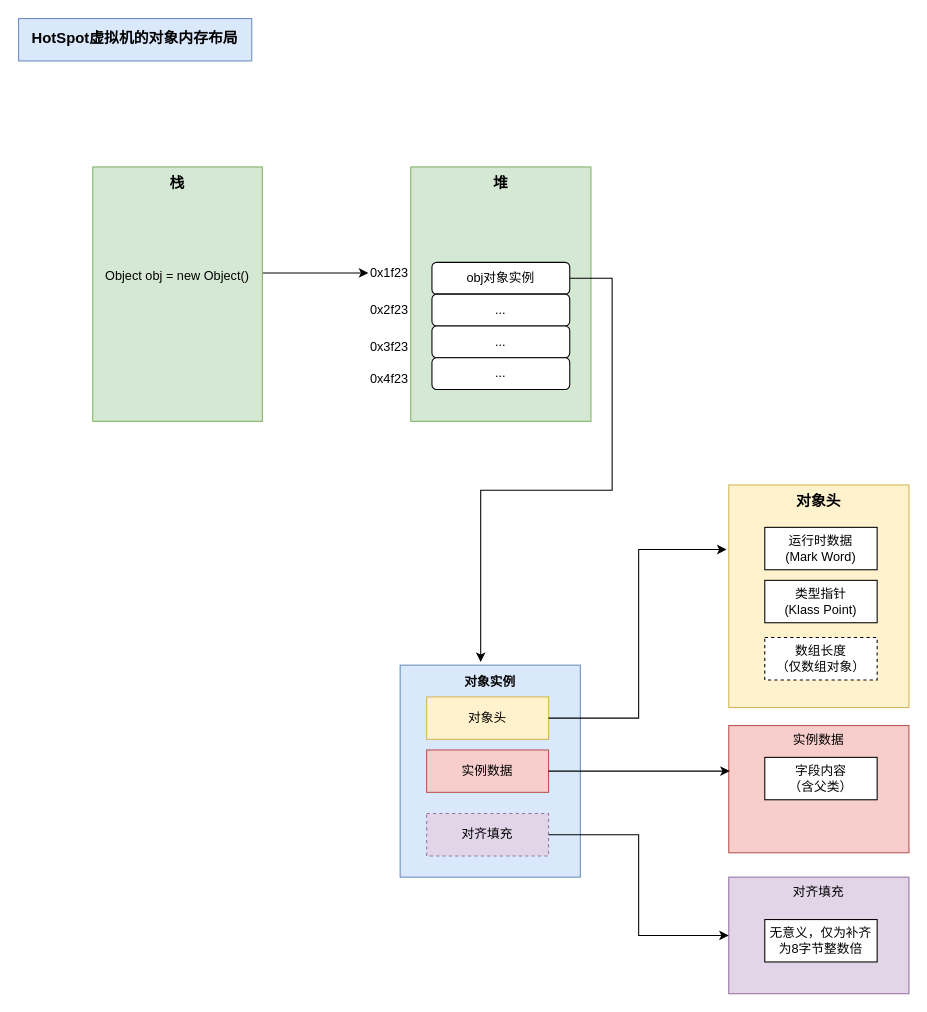
This is jvm/HotSpot虚拟机的对象内存布局.drawio from YinggangDong/diagrams, a draw.io file, before an edit. Source tidied: cells renumbered, new cells numbered last; positions are measured from the earlier drawing's top-left corner, leaving out a move shared by most shapes. Both pictures are drawn from the tidied source at 106%, with x=0, y=0 at pixel (18, 18).
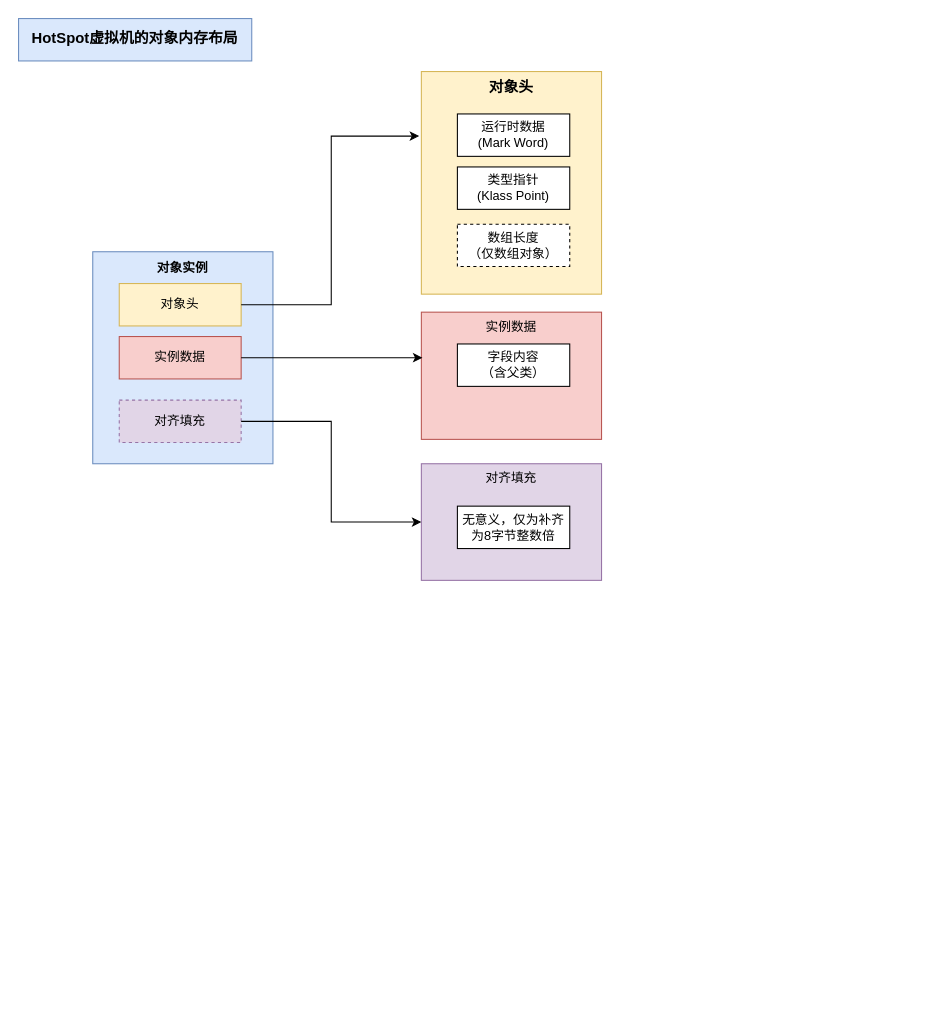
The same diagram, later.

Commit message:
feat：update HotSpot虚拟机的对象内存布局.drawio

The edit, as a diff of the source:
```diff
@@
-    <mxCell id="3" style="edgeStyle=orthogonalEdgeStyle;rounded=0;jettySize=auto;html=1;" parent="1" edge="1" source="4">
-      <mxGeometry relative="1" as="geometry">
-        <mxPoint x="330" y="240" as="targetPoint" />
-        <Array as="points">
-          <mxPoint x="330" y="240" />
-        </Array>
-      </mxGeometry>
-    </mxCell>
-    <mxCell id="4" value="&lt;b&gt;&lt;font style=&quot;font-size: 14px&quot;&gt;栈&lt;/font&gt;&lt;/b&gt;&lt;br&gt;&lt;br&gt;&lt;br&gt;&lt;br&gt;&lt;br&gt;&lt;br&gt;Object obj = new Object()" style="rounded=0;whiteSpace=wrap;html=1;align=center;verticalAlign=top;fillColor=#d5e8d4;strokeColor=#82b366;" parent="1" vertex="1">
-      <mxGeometry x="70" y="140" width="160" height="240" as="geometry" />
-    </mxCell>
-    <mxCell id="5" style="group;" parent="1" vertex="1">
-      <mxGeometry x="360" y="440" width="480" height="480" as="geometry" />
-    </mxCell>
-    <mxCell id="6" value="&lt;b style=&quot;line-height: 150%&quot;&gt;对象实例&lt;/b&gt;" style="rounded=0;whiteSpace=wrap;html=1;align=center;verticalAlign=top;fillColor=#dae8fc;strokeColor=#6c8ebf;" parent="5" vertex="1">
-      <mxGeometry y="170" width="170" height="200" as="geometry" />
+    <mxCell id="6" value="&lt;b style=&quot;line-height: 150%&quot;&gt;对象实例&lt;/b&gt;" style="rounded=0;whiteSpace=wrap;html=1;align=center;verticalAlign=top;fillColor=#dae8fc;strokeColor=#6c8ebf;" parent="1" vertex="1">
+      <mxGeometry x="70" y="220" width="170" height="200" as="geometry" />
     </mxCell>
-    <mxCell id="7" value="对象头" style="rounded=0;whiteSpace=wrap;html=1;align=center;fillColor=#fff2cc;strokeColor=#d6b656;" parent="5" vertex="1">
-      <mxGeometry x="25" y="200" width="115" height="40" as="geometry" />
+    <mxCell id="7" value="对象头" style="rounded=0;whiteSpace=wrap;html=1;align=center;fillColor=#fff2cc;strokeColor=#d6b656;" parent="1" vertex="1">
+      <mxGeometry x="95" y="250" width="115" height="40" as="geometry" />
     </mxCell>
-    <mxCell id="8" value="对齐填充" style="rounded=0;whiteSpace=wrap;html=1;align=center;fillColor=#e1d5e7;strokeColor=#9673a6;dashed=1;" parent="5" vertex="1">
-      <mxGeometry x="25" y="310" width="115" height="40" as="geometry" />
+    <mxCell id="8" value="对齐填充" style="rounded=0;whiteSpace=wrap;html=1;align=center;fillColor=#e1d5e7;strokeColor=#9673a6;dashed=1;" parent="1" vertex="1">
+      <mxGeometry x="95" y="360" width="115" height="40" as="geometry" />
     </mxCell>
-    <mxCell id="9" value="实例数据" style="rounded=0;whiteSpace=wrap;html=1;align=center;fillColor=#f8cecc;strokeColor=#b85450;" parent="5" vertex="1">
-      <mxGeometry x="25" y="250" width="115" height="40" as="geometry" />
+    <mxCell id="9" value="实例数据" style="rounded=0;whiteSpace=wrap;html=1;align=center;fillColor=#f8cecc;strokeColor=#b85450;" parent="1" vertex="1">
+      <mxGeometry x="95" y="300" width="115" height="40" as="geometry" />
     </mxCell>
-    <mxCell id="10" value="&lt;b&gt;&lt;font style=&quot;font-size: 14px&quot;&gt;对象头&lt;/font&gt;&lt;/b&gt;" style="rounded=0;whiteSpace=wrap;html=1;align=center;horizontal=1;verticalAlign=top;fillColor=#fff2cc;strokeColor=#d6b656;" parent="5" vertex="1">
-      <mxGeometry x="310" width="170" height="210" as="geometry" />
+    <mxCell id="10" value="&lt;b&gt;&lt;font style=&quot;font-size: 14px&quot;&gt;对象头&lt;/font&gt;&lt;/b&gt;" style="rounded=0;whiteSpace=wrap;html=1;align=center;horizontal=1;verticalAlign=top;fillColor=#fff2cc;strokeColor=#d6b656;" parent="1" vertex="1">
+      <mxGeometry x="380" y="50" width="170" height="210" as="geometry" />
     </mxCell>
-    <mxCell id="11" style="edgeStyle=orthogonalEdgeStyle;rounded=0;jettySize=auto;html=1;entryX=-0.012;entryY=0.29;entryDx=0;entryDy=0;entryPerimeter=0;" parent="5" edge="1" source="7" target="10">
-      <mxGeometry relative="1" as="geometry" />
+    <mxCell id="11" style="edgeStyle=orthogonalEdgeStyle;rounded=0;jettySize=auto;html=1;entryX=-0.012;entryY=0.29;entryDx=0;entryDy=0;entryPerimeter=0;" parent="1" edge="1" source="7" target="10">
+      <mxGeometry x="100" y="70" as="geometry" />
     </mxCell>
-    <mxCell id="12" value="运行时数据&lt;br&gt;(Mark Word)" style="rounded=0;whiteSpace=wrap;html=1;align=center;" parent="5" vertex="1">
-      <mxGeometry x="344" y="40" width="106" height="40" as="geometry" />
+    <mxCell id="12" value="运行时数据&lt;br&gt;(Mark Word)" style="rounded=0;whiteSpace=wrap;html=1;align=center;" parent="1" vertex="1">
+      <mxGeometry x="414" y="90" width="106" height="40" as="geometry" />
     </mxCell>
-    <mxCell id="13" value="类型指针&lt;br&gt;(Klass Point)" style="rounded=0;whiteSpace=wrap;html=1;align=center;" parent="5" vertex="1">
-      <mxGeometry x="344" y="90" width="106" height="40" as="geometry" />
+    <mxCell id="13" value="类型指针&lt;br&gt;(Klass Point)" style="rounded=0;whiteSpace=wrap;html=1;align=center;" parent="1" vertex="1">
+      <mxGeometry x="414" y="140" width="106" height="40" as="geometry" />
     </mxCell>
-    <mxCell id="14" value="数组长度&lt;br&gt;（仅数组对象）" style="rounded=0;whiteSpace=wrap;html=1;align=center;dashed=1;" parent="5" vertex="1">
-      <mxGeometry x="344" y="144" width="106" height="40" as="geometry" />
+    <mxCell id="14" value="数组长度&lt;br&gt;（仅数组对象）" style="rounded=0;whiteSpace=wrap;html=1;align=center;dashed=1;" parent="1" vertex="1">
+      <mxGeometry x="414" y="194" width="106" height="40" as="geometry" />
     </mxCell>
-    <mxCell id="15" value="实例数据" style="rounded=0;whiteSpace=wrap;html=1;align=center;verticalAlign=top;fillColor=#f8cecc;strokeColor=#b85450;" parent="5" vertex="1">
-      <mxGeometry x="310" y="227" width="170" height="120" as="geometry" />
+    <mxCell id="15" value="实例数据" style="rounded=0;whiteSpace=wrap;html=1;align=center;verticalAlign=top;fillColor=#f8cecc;strokeColor=#b85450;" parent="1" vertex="1">
+      <mxGeometry x="380" y="277" width="170" height="120" as="geometry" />
     </mxCell>
-    <mxCell id="16" style="edgeStyle=orthogonalEdgeStyle;rounded=0;jettySize=auto;html=1;entryX=0.006;entryY=0.358;entryDx=0;entryDy=0;entryPerimeter=0;" parent="5" edge="1" source="9" target="15">
-      <mxGeometry relative="1" as="geometry" />
+    <mxCell id="16" style="edgeStyle=orthogonalEdgeStyle;rounded=0;jettySize=auto;html=1;entryX=0.006;entryY=0.358;entryDx=0;entryDy=0;entryPerimeter=0;" parent="1" edge="1" source="9" target="15">
+      <mxGeometry x="100" y="70" as="geometry" />
     </mxCell>
-    <mxCell id="17" value="字段内容&lt;br&gt;（含父类）" style="rounded=0;whiteSpace=wrap;html=1;align=center;" parent="5" vertex="1">
-      <mxGeometry x="344" y="257" width="106" height="40" as="geometry" />
+    <mxCell id="17" value="字段内容&lt;br&gt;（含父类）" style="rounded=0;whiteSpace=wrap;html=1;align=center;" parent="1" vertex="1">
+      <mxGeometry x="414" y="307" width="106" height="40" as="geometry" />
     </mxCell>
-    <mxCell id="18" value="对齐填充" style="rounded=0;whiteSpace=wrap;html=1;align=center;verticalAlign=top;fillColor=#e1d5e7;strokeColor=#9673a6;" parent="5" vertex="1">
-      <mxGeometry x="310" y="370" width="170" height="110" as="geometry" />
+    <mxCell id="18" value="对齐填充" style="rounded=0;whiteSpace=wrap;html=1;align=center;verticalAlign=top;fillColor=#e1d5e7;strokeColor=#9673a6;" parent="1" vertex="1">
+      <mxGeometry x="380" y="420" width="170" height="110" as="geometry" />
     </mxCell>
-    <mxCell id="19" style="edgeStyle=orthogonalEdgeStyle;rounded=0;jettySize=auto;html=1;entryX=0;entryY=0.5;entryDx=0;entryDy=0;" parent="5" edge="1" source="8" target="18">
-      <mxGeometry relative="1" as="geometry" />
+    <mxCell id="19" style="edgeStyle=orthogonalEdgeStyle;rounded=0;jettySize=auto;html=1;entryX=0;entryY=0.5;entryDx=0;entryDy=0;" parent="1" edge="1" source="8" target="18">
+      <mxGeometry x="100" y="70" as="geometry" />
     </mxCell>
-    <mxCell id="20" value="无意义，仅为补齐为8字节整数倍" style="rounded=0;whiteSpace=wrap;html=1;align=center;" parent="5" vertex="1">
-      <mxGeometry x="344" y="410" width="106" height="40" as="geometry" />
+    <mxCell id="20" value="无意义，仅为补齐为8字节整数倍" style="rounded=0;whiteSpace=wrap;html=1;align=center;" parent="1" vertex="1">
+      <mxGeometry x="414" y="460" width="106" height="40" as="geometry" />
     </mxCell>
-    <mxCell id="21" value="&lt;span style=&quot;font-size: 14px&quot;&gt;&lt;b&gt;堆&lt;/b&gt;&lt;/span&gt;&lt;br&gt;&lt;br&gt;&lt;br&gt;&lt;br&gt;&lt;br&gt;&lt;br&gt;" style="rounded=0;whiteSpace=wrap;html=1;align=center;verticalAlign=top;fillColor=#d5e8d4;strokeColor=#82b366;" parent="1" vertex="1">
-      <mxGeometry x="370" y="140" width="170" height="240" as="geometry" />
-    </mxCell>
-    <mxCell id="22" style="edgeStyle=orthogonalEdgeStyle;rounded=0;jettySize=auto;html=1;entryX=0.447;entryY=-0.015;entryDx=0;entryDy=0;entryPerimeter=0;" parent="1" edge="1" source="23" target="6">
-      <mxGeometry relative="1" as="geometry">
-        <Array as="points">
-          <mxPoint x="560" y="245" />
-          <mxPoint x="560" y="445" />
-          <mxPoint x="436" y="445" />
-        </Array>
-      </mxGeometry>
-    </mxCell>
-    <mxCell id="23" value="obj对象实例" style="rounded=1;whiteSpace=wrap;html=1;align=center;" parent="1" vertex="1">
-      <mxGeometry x="390" y="230" width="130" height="30" as="geometry" />
-    </mxCell>
-    <mxCell id="24" value="..." style="rounded=1;whiteSpace=wrap;html=1;align=center;" parent="1" vertex="1">
-      <mxGeometry x="390" y="260" width="130" height="30" as="geometry" />
-    </mxCell>
-    <mxCell id="25" value="..." style="rounded=1;whiteSpace=wrap;html=1;align=center;" parent="1" vertex="1">
-      <mxGeometry x="390" y="290" width="130" height="30" as="geometry" />
-    </mxCell>
-    <mxCell id="26" value="..." style="rounded=1;whiteSpace=wrap;html=1;align=center;" parent="1" vertex="1">
-      <mxGeometry x="390" y="320" width="130" height="30" as="geometry" />
-    </mxCell>
-    <mxCell id="27" value="0x1f23" style="text;html=1;strokeColor=none;fillColor=none;align=center;verticalAlign=middle;whiteSpace=wrap;overflow=hidden;" parent="1" vertex="1">
-      <mxGeometry x="320" y="230" width="60" height="20" as="geometry" />
-    </mxCell>
-    <mxCell id="28" value="0x2f23" style="text;html=1;strokeColor=none;fillColor=none;align=center;verticalAlign=middle;whiteSpace=wrap;overflow=hidden;" parent="1" vertex="1">
-      <mxGeometry x="320" y="265" width="60" height="20" as="geometry" />
-    </mxCell>
-    <mxCell id="29" value="0x3f23" style="text;html=1;strokeColor=none;fillColor=none;align=center;verticalAlign=middle;whiteSpace=wrap;overflow=hidden;" parent="1" vertex="1">
-      <mxGeometry x="320" y="300" width="60" height="20" as="geometry" />
-    </mxCell>
-    <mxCell id="30" value="0x4f23" style="text;html=1;strokeColor=none;fillColor=none;align=center;verticalAlign=middle;whiteSpace=wrap;overflow=hidden;" parent="1" vertex="1">
-      <mxGeometry x="320" y="330" width="60" height="20" as="geometry" />
-    </mxCell>
```
